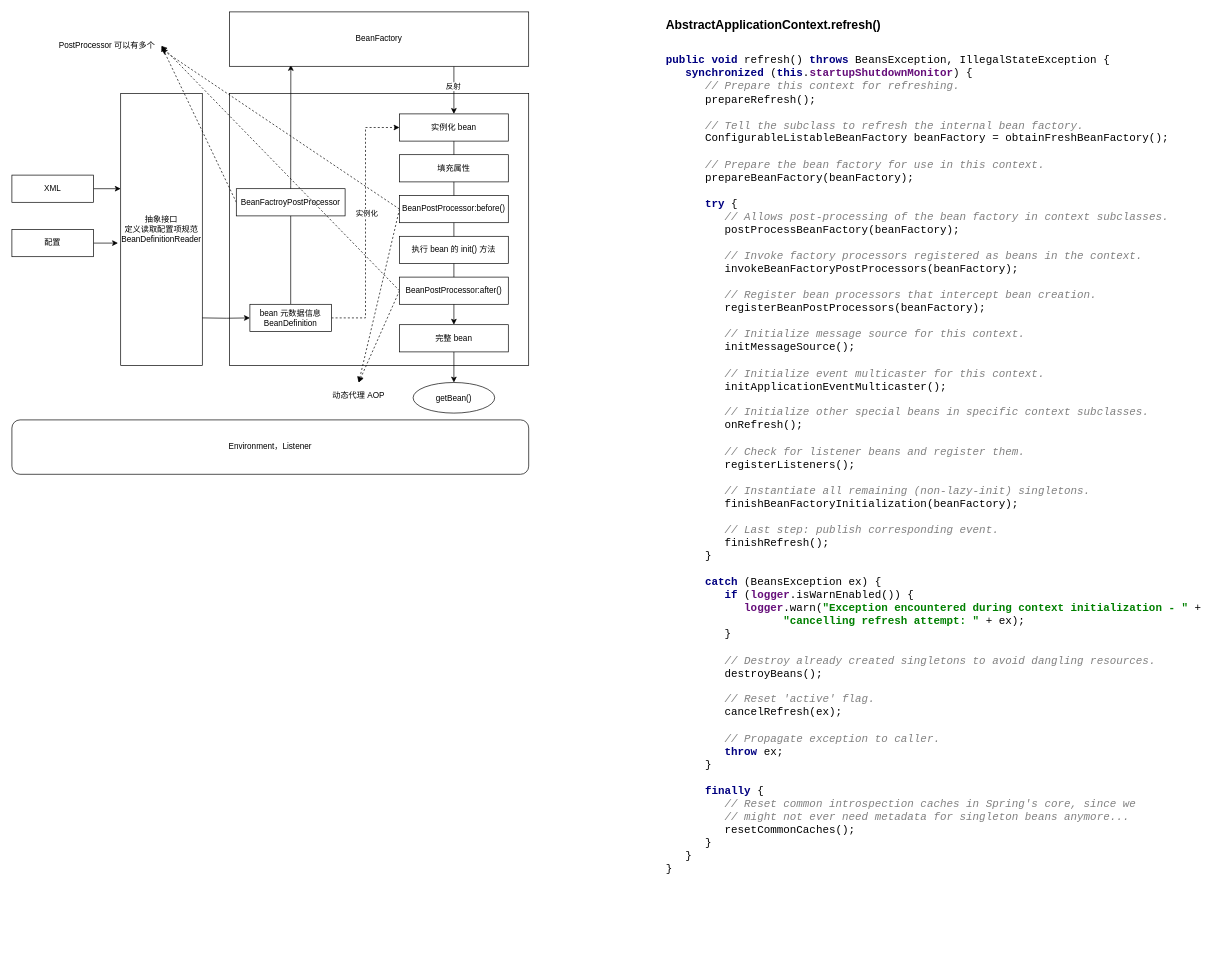
Above: page "IoC AOP" (1 of 2) of Java/Spring Framework.drawio in wubinglong9716/NoteBook (draw.io), before the change. Source tidied: cells renumbered, new cells numbered last; positions are measured from the earlier drawing's top-left corner, leaving out a move shared by most shapes. Both pictures are drawn from the tidied source at 68%, with x=0, y=0 at pixel (12, 12).
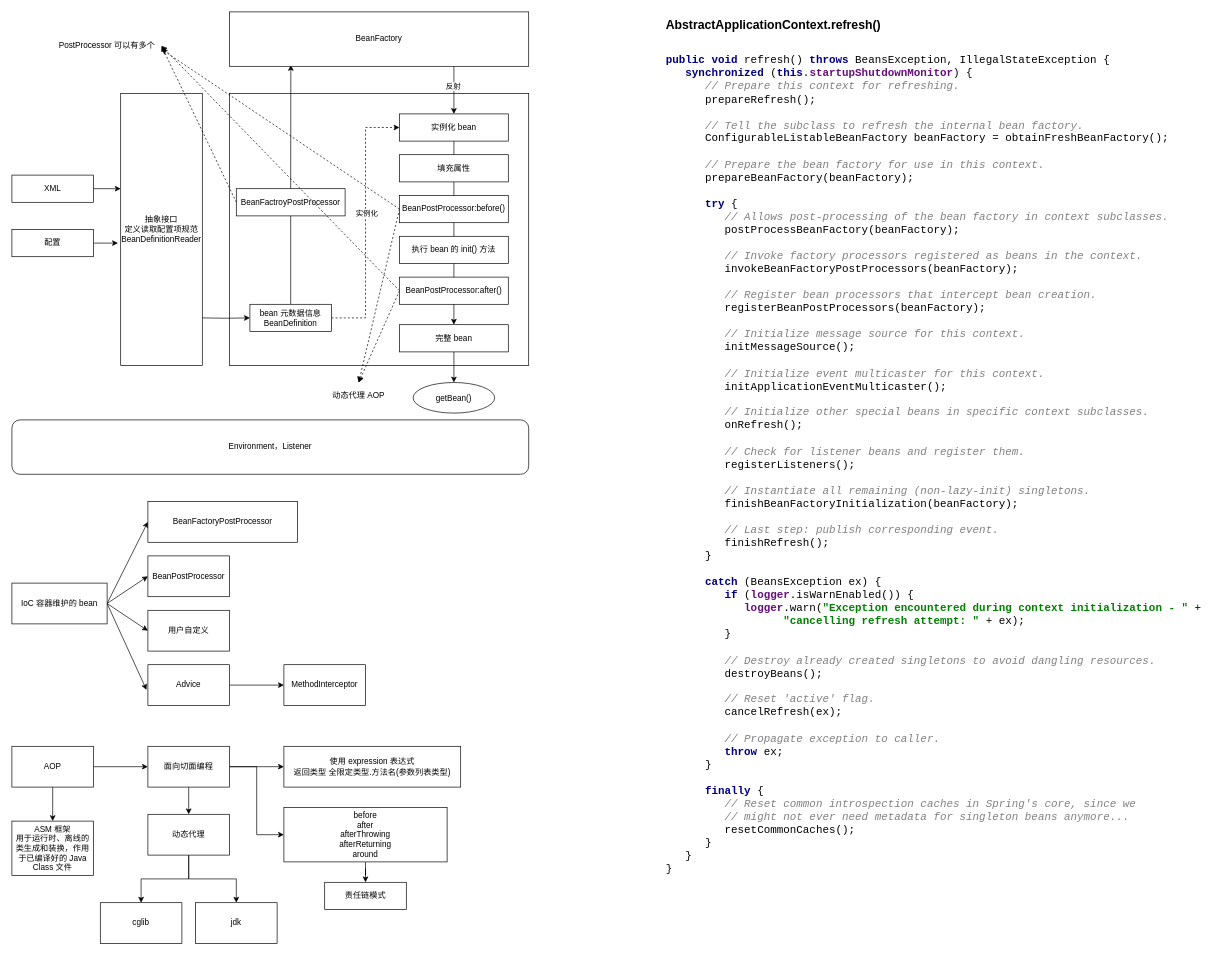
Above is the later version.

Diff of the diagram source:
```diff
@@
+    <mxCell id="36" style="rounded=0;jettySize=auto;html=1;exitX=1;exitY=0.5;exitDx=0;exitDy=0;entryX=0;entryY=0.5;entryDx=0;entryDy=0;" parent="1" edge="1" source="40" target="41">
+      <mxGeometry relative="1" as="geometry" />
+    </mxCell>
+    <mxCell id="37" style="edgeStyle=none;rounded=0;jettySize=auto;html=1;exitX=1;exitY=0.5;exitDx=0;exitDy=0;entryX=0;entryY=0.5;entryDx=0;entryDy=0;" parent="1" edge="1" source="40" target="42">
+      <mxGeometry relative="1" as="geometry" />
+    </mxCell>
+    <mxCell id="38" style="edgeStyle=none;rounded=0;jettySize=auto;html=1;exitX=1;exitY=0.5;exitDx=0;exitDy=0;entryX=0;entryY=0.5;entryDx=0;entryDy=0;" parent="1" edge="1" source="40" target="43">
+      <mxGeometry relative="1" as="geometry" />
+    </mxCell>
+    <mxCell id="39" style="edgeStyle=none;rounded=0;jettySize=auto;html=1;exitX=1;exitY=0.5;exitDx=0;exitDy=0;entryX=-0.017;entryY=0.617;entryDx=0;entryDy=0;entryPerimeter=0;" parent="1" edge="1" source="40" target="45">
+      <mxGeometry relative="1" as="geometry" />
+    </mxCell>
+    <mxCell id="40" value="IoC 容器维护的 bean" style="rounded=0;whiteSpace=wrap;html=1;" parent="1" vertex="1">
+      <mxGeometry y="840" width="140" height="60" as="geometry" />
+    </mxCell>
+    <mxCell id="41" value="BeanFactoryPostProcessor" style="rounded=0;whiteSpace=wrap;html=1;" parent="1" vertex="1">
+      <mxGeometry x="200" y="720" width="220" height="60" as="geometry" />
+    </mxCell>
+    <mxCell id="42" value="BeanPostProcessor" style="rounded=0;whiteSpace=wrap;html=1;" parent="1" vertex="1">
+      <mxGeometry x="200" y="800" width="120" height="60" as="geometry" />
+    </mxCell>
+    <mxCell id="43" value="用户自定义" style="rounded=0;whiteSpace=wrap;html=1;" parent="1" vertex="1">
+      <mxGeometry x="200" y="880" width="120" height="60" as="geometry" />
+    </mxCell>
+    <mxCell id="44" style="edgeStyle=orthogonalEdgeStyle;rounded=0;jettySize=auto;html=1;" parent="1" edge="1" source="45" target="46">
+      <mxGeometry relative="1" as="geometry" />
+    </mxCell>
+    <mxCell id="45" value="Advice" style="rounded=0;whiteSpace=wrap;html=1;" parent="1" vertex="1">
+      <mxGeometry x="200" y="960" width="120" height="60" as="geometry" />
+    </mxCell>
+    <mxCell id="46" value="MethodInterceptor" style="whiteSpace=wrap;html=1;rounded=0;" parent="1" vertex="1">
+      <mxGeometry x="400" y="960" width="120" height="60" as="geometry" />
+    </mxCell>
+    <mxCell id="47" style="edgeStyle=orthogonalEdgeStyle;rounded=0;jettySize=auto;html=1;" parent="1" edge="1" source="49" target="53">
+      <mxGeometry relative="1" as="geometry" />
+    </mxCell>
+    <mxCell id="48" style="edgeStyle=orthogonalEdgeStyle;rounded=0;jettySize=auto;html=1;" parent="1" edge="1" source="49" target="59">
+      <mxGeometry relative="1" as="geometry" />
+    </mxCell>
+    <mxCell id="49" value="AOP" style="rounded=0;whiteSpace=wrap;html=1;" parent="1" vertex="1">
+      <mxGeometry y="1080" width="120" height="60" as="geometry" />
+    </mxCell>
+    <mxCell id="50" style="edgeStyle=orthogonalEdgeStyle;rounded=0;jettySize=auto;html=1;" parent="1" edge="1" source="53" target="56">
+      <mxGeometry relative="1" as="geometry" />
+    </mxCell>
+    <mxCell id="51" style="edgeStyle=orthogonalEdgeStyle;rounded=0;jettySize=auto;html=1;" parent="1" edge="1" source="53" target="60">
+      <mxGeometry relative="1" as="geometry" />
+    </mxCell>
+    <mxCell id="52" style="edgeStyle=orthogonalEdgeStyle;rounded=0;jettySize=auto;html=1;exitX=1;exitY=0.5;exitDx=0;exitDy=0;entryX=0;entryY=0.5;entryDx=0;entryDy=0;" parent="1" edge="1" source="53" target="62">
+      <mxGeometry relative="1" as="geometry" />
+    </mxCell>
+    <mxCell id="53" value="面向切面编程" style="rounded=0;whiteSpace=wrap;html=1;" parent="1" vertex="1">
+      <mxGeometry x="200" y="1080" width="120" height="60" as="geometry" />
+    </mxCell>
+    <mxCell id="54" style="edgeStyle=orthogonalEdgeStyle;rounded=0;jettySize=auto;html=1;" parent="1" edge="1" source="56" target="57">
+      <mxGeometry relative="1" as="geometry" />
+    </mxCell>
+    <mxCell id="55" style="edgeStyle=orthogonalEdgeStyle;rounded=0;jettySize=auto;html=1;exitX=0.5;exitY=1;exitDx=0;exitDy=0;entryX=0.5;entryY=0;entryDx=0;entryDy=0;" parent="1" edge="1" source="56" target="58">
+      <mxGeometry relative="1" as="geometry" />
+    </mxCell>
+    <mxCell id="56" value="动态代理" style="whiteSpace=wrap;html=1;rounded=0;" parent="1" vertex="1">
+      <mxGeometry x="200" y="1180" width="120" height="60" as="geometry" />
+    </mxCell>
+    <mxCell id="57" value="cglib" style="whiteSpace=wrap;html=1;rounded=0;" parent="1" vertex="1">
+      <mxGeometry x="130" y="1310" width="120" height="60" as="geometry" />
+    </mxCell>
+    <mxCell id="58" value="jdk" style="whiteSpace=wrap;html=1;rounded=0;" parent="1" vertex="1">
+      <mxGeometry x="270" y="1310" width="120" height="60" as="geometry" />
+    </mxCell>
+    <mxCell id="59" value="ASM 框架&lt;br&gt;用于运行时、离线的类生成和装换，作用于已编译好的 Java Class 文件" style="whiteSpace=wrap;html=1;rounded=0;" parent="1" vertex="1">
+      <mxGeometry y="1190" width="120" height="80" as="geometry" />
+    </mxCell>
+    <mxCell id="60" value="使用 expression 表达式&lt;br&gt;返回类型 全限定类型.方法名(参数列表类型)" style="whiteSpace=wrap;html=1;rounded=0;" parent="1" vertex="1">
+      <mxGeometry x="400" y="1080" width="260" height="60" as="geometry" />
+    </mxCell>
+    <mxCell id="61" style="edgeStyle=orthogonalEdgeStyle;rounded=0;jettySize=auto;html=1;" parent="1" edge="1" source="62" target="63">
+      <mxGeometry relative="1" as="geometry" />
+    </mxCell>
+    <mxCell id="62" value="before&lt;br&gt;after&lt;br&gt;afterThrowing&lt;br&gt;afterReturning&lt;br&gt;around" style="rounded=0;whiteSpace=wrap;html=1;" parent="1" vertex="1">
+      <mxGeometry x="400" y="1170" width="240" height="80" as="geometry" />
+    </mxCell>
+    <mxCell id="63" value="责任链模式" style="whiteSpace=wrap;html=1;rounded=0;" parent="1" vertex="1">
+      <mxGeometry x="460" y="1280" width="120" height="40" as="geometry" />
+    </mxCell>
```
